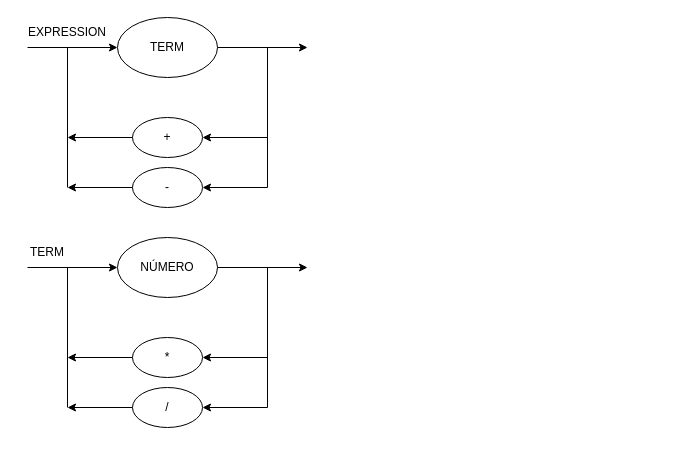
The draw.io diagram diagrama.drawio in guishas/compilador-logcomp, before the edit. Source tidied: cells renumbered, new cells numbered last; positions are measured from the earlier drawing's top-left corner, leaving out a move shared by most shapes. Both pictures are drawn from the tidied source at 100%, with x=0, y=0 at pixel (17, 17).
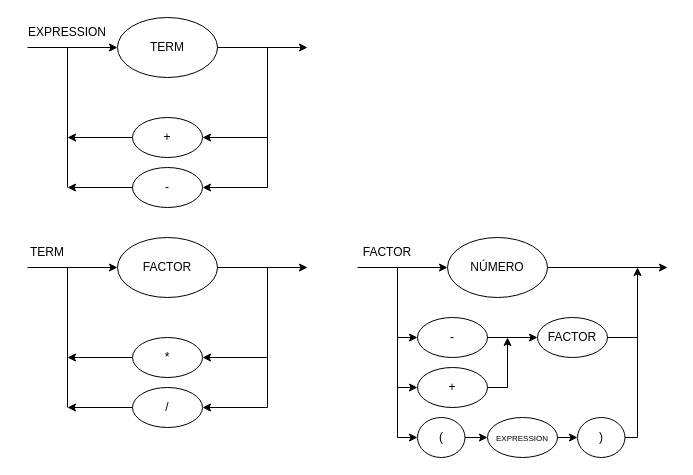
The same diagram, later.

Change to the diagram source:
```diff
@@
-    <mxCell id="13" value="NÚMERO" style="ellipse;whiteSpace=wrap;html=1;" parent="1" vertex="1">
+    <mxCell id="13" value="FACTOR" style="ellipse;whiteSpace=wrap;html=1;" parent="1" vertex="1">
       <mxGeometry x="100" y="220" width="100" height="60" as="geometry" />
     </mxCell>
@@
+    <mxCell id="26" value="NÚMERO" style="ellipse;whiteSpace=wrap;html=1;" parent="1" vertex="1">
+      <mxGeometry x="430" y="220" width="100" height="60" as="geometry" />
+    </mxCell>
+    <mxCell id="27" style="endArrow=classic;html=1;rounded=0;exitX=1;exitY=0.5;exitDx=0;exitDy=0;" parent="1" edge="1" source="26">
+      <mxGeometry relative="1" as="geometry">
+        <mxPoint x="650" y="250" as="targetPoint" />
+      </mxGeometry>
+    </mxCell>
+    <mxCell id="28" style="endArrow=classic;html=1;rounded=0;entryX=0;entryY=0.5;entryDx=0;entryDy=0;" parent="1" edge="1" target="26">
+      <mxGeometry relative="1" as="geometry">
+        <mxPoint x="340" y="250" as="sourcePoint" />
+      </mxGeometry>
+    </mxCell>
+    <mxCell id="29" style="endArrow=none;html=1;rounded=0;" parent="1" edge="1">
+      <mxGeometry relative="1" as="geometry">
+        <mxPoint x="380" y="420" as="sourcePoint" />
+        <mxPoint x="380" y="250" as="targetPoint" />
+      </mxGeometry>
+    </mxCell>
+    <mxCell id="30" value="FACTOR" style="text;html=1;strokeColor=none;fillColor=none;align=center;verticalAlign=middle;whiteSpace=wrap;rounded=0;" parent="1" vertex="1">
+      <mxGeometry x="340" y="220" width="60" height="30" as="geometry" />
+    </mxCell>
+    <mxCell id="31" value="-" style="ellipse;whiteSpace=wrap;html=1;" parent="1" vertex="1">
+      <mxGeometry x="400" y="300" width="70" height="40" as="geometry" />
+    </mxCell>
+    <mxCell id="32" value="+" style="ellipse;whiteSpace=wrap;html=1;" parent="1" vertex="1">
+      <mxGeometry x="400" y="350" width="70" height="40" as="geometry" />
+    </mxCell>
+    <mxCell id="33" style="endArrow=classic;html=1;rounded=0;entryX=0;entryY=0.5;entryDx=0;entryDy=0;" parent="1" edge="1" target="31">
+      <mxGeometry relative="1" as="geometry">
+        <mxPoint x="380" y="320" as="sourcePoint" />
+      </mxGeometry>
+    </mxCell>
+    <mxCell id="34" style="endArrow=classic;html=1;rounded=0;entryX=0;entryY=0.5;entryDx=0;entryDy=0;" parent="1" edge="1" target="32">
+      <mxGeometry relative="1" as="geometry">
+        <mxPoint x="380" y="370" as="sourcePoint" />
+      </mxGeometry>
+    </mxCell>
+    <mxCell id="35" style="endArrow=classic;html=1;rounded=0;exitX=1;exitY=0.5;exitDx=0;exitDy=0;" parent="1" edge="1" source="31">
+      <mxGeometry relative="1" as="geometry">
+        <mxPoint x="520" y="320" as="targetPoint" />
+      </mxGeometry>
+    </mxCell>
+    <mxCell id="36" style="endArrow=none;html=1;rounded=0;entryX=1;entryY=0.5;entryDx=0;entryDy=0;" parent="1" edge="1" target="32">
+      <mxGeometry relative="1" as="geometry">
+        <mxPoint x="490" y="370" as="sourcePoint" />
+      </mxGeometry>
+    </mxCell>
+    <mxCell id="37" style="endArrow=classic;html=1;rounded=0;" parent="1" edge="1">
+      <mxGeometry relative="1" as="geometry">
+        <mxPoint x="490" y="370" as="sourcePoint" />
+        <mxPoint x="490" y="320" as="targetPoint" />
+      </mxGeometry>
+    </mxCell>
+    <mxCell id="38" value="FACTOR" style="ellipse;whiteSpace=wrap;html=1;" parent="1" vertex="1">
+      <mxGeometry x="520" y="300" width="70" height="40" as="geometry" />
+    </mxCell>
+    <mxCell id="39" style="endArrow=none;html=1;rounded=0;entryX=1;entryY=0.5;entryDx=0;entryDy=0;" parent="1" edge="1" target="38">
+      <mxGeometry relative="1" as="geometry">
+        <mxPoint x="620" y="320" as="sourcePoint" />
+      </mxGeometry>
+    </mxCell>
+    <mxCell id="40" value="(" style="ellipse;whiteSpace=wrap;html=1;" parent="1" vertex="1">
+      <mxGeometry x="400" y="400" width="47.5" height="40" as="geometry" />
+    </mxCell>
+    <mxCell id="41" style="endArrow=classic;html=1;rounded=0;entryX=0;entryY=0.5;entryDx=0;entryDy=0;" parent="1" edge="1" target="40">
+      <mxGeometry relative="1" as="geometry">
+        <mxPoint x="380" y="420" as="sourcePoint" />
+      </mxGeometry>
+    </mxCell>
+    <mxCell id="42" style="endArrow=classic;html=1;rounded=0;exitX=1;exitY=0.5;exitDx=0;exitDy=0;entryX=0;entryY=0.5;entryDx=0;entryDy=0;" parent="1" edge="1" source="40" target="43">
+      <mxGeometry relative="1" as="geometry" />
+    </mxCell>
+    <mxCell id="43" value="&lt;font style=&quot;font-size: 8px;&quot;&gt;EXPRESSION&lt;/font&gt;" style="ellipse;whiteSpace=wrap;html=1;" parent="1" vertex="1">
+      <mxGeometry x="470" y="400" width="70" height="40" as="geometry" />
+    </mxCell>
+    <mxCell id="44" style="endArrow=classic;html=1;rounded=0;exitX=1;exitY=0.5;exitDx=0;exitDy=0;entryX=0;entryY=0.5;entryDx=0;entryDy=0;" parent="1" edge="1" source="43" target="45">
+      <mxGeometry relative="1" as="geometry" />
+    </mxCell>
+    <mxCell id="45" value=")" style="ellipse;whiteSpace=wrap;html=1;" parent="1" vertex="1">
+      <mxGeometry x="560" y="400" width="47.5" height="40" as="geometry" />
+    </mxCell>
+    <mxCell id="46" style="endArrow=none;html=1;rounded=0;entryX=1;entryY=0.5;entryDx=0;entryDy=0;" parent="1" edge="1" target="45">
+      <mxGeometry relative="1" as="geometry">
+        <mxPoint x="620" y="420" as="sourcePoint" />
+      </mxGeometry>
+    </mxCell>
+    <mxCell id="47" style="endArrow=classic;html=1;rounded=0;" parent="1" edge="1">
+      <mxGeometry relative="1" as="geometry">
+        <mxPoint x="620" y="420" as="sourcePoint" />
+        <mxPoint x="620" y="250" as="targetPoint" />
+      </mxGeometry>
+    </mxCell>
```
